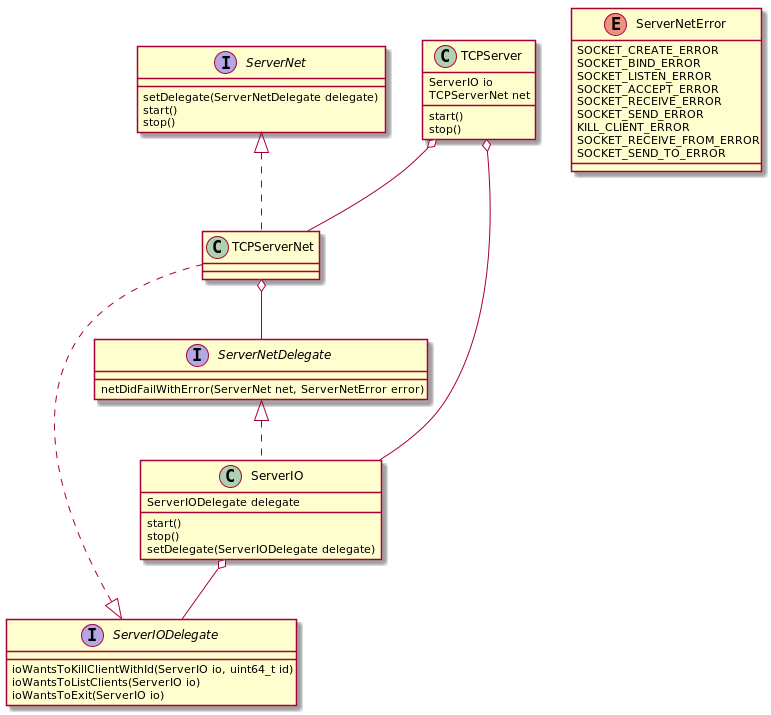
This is report/figs/TCPClasses.png from lamtev/nets, a PlantUML export, as it was before one commit.
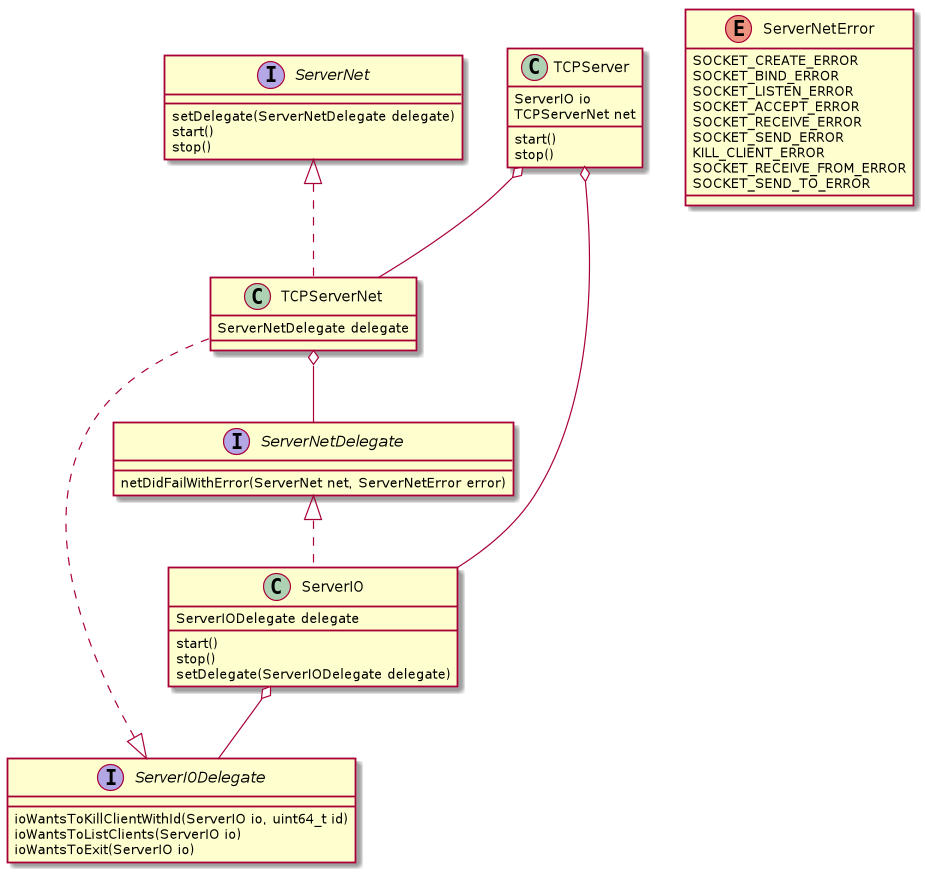
After the commit.

Change to the diagram source:
```diff
@@ -35,6 +35,10 @@
 stop()
 }
 
+class TCPServerNet {
+ServerNetDelegate delegate
+}
+
 class ServerIO {
 ServerIODelegate delegate
 start()
```
